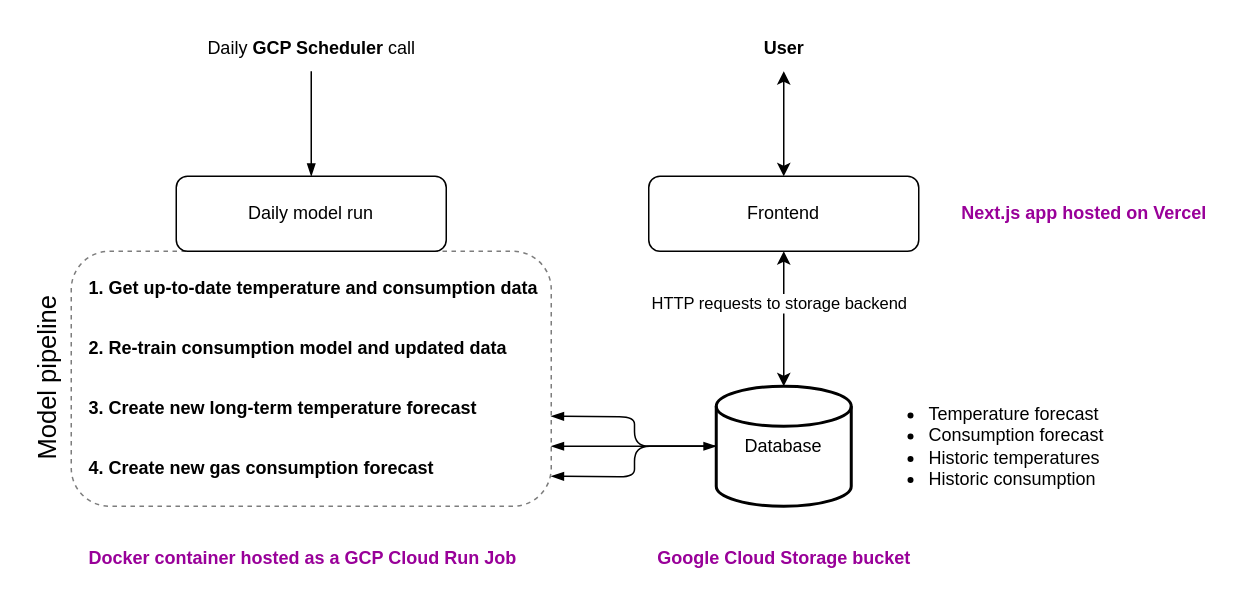
This is diagrams/backend_architecture.drawio from f-linus/natural_gas_consumption_modelling, a draw.io file, before an edit. Source tidied: cells renumbered, new cells numbered last; positions are measured from the earlier drawing's top-left corner, leaving out a move shared by most shapes. Both pictures are drawn from the tidied source at 150%, with x=0, y=0 at pixel (-50, 26).
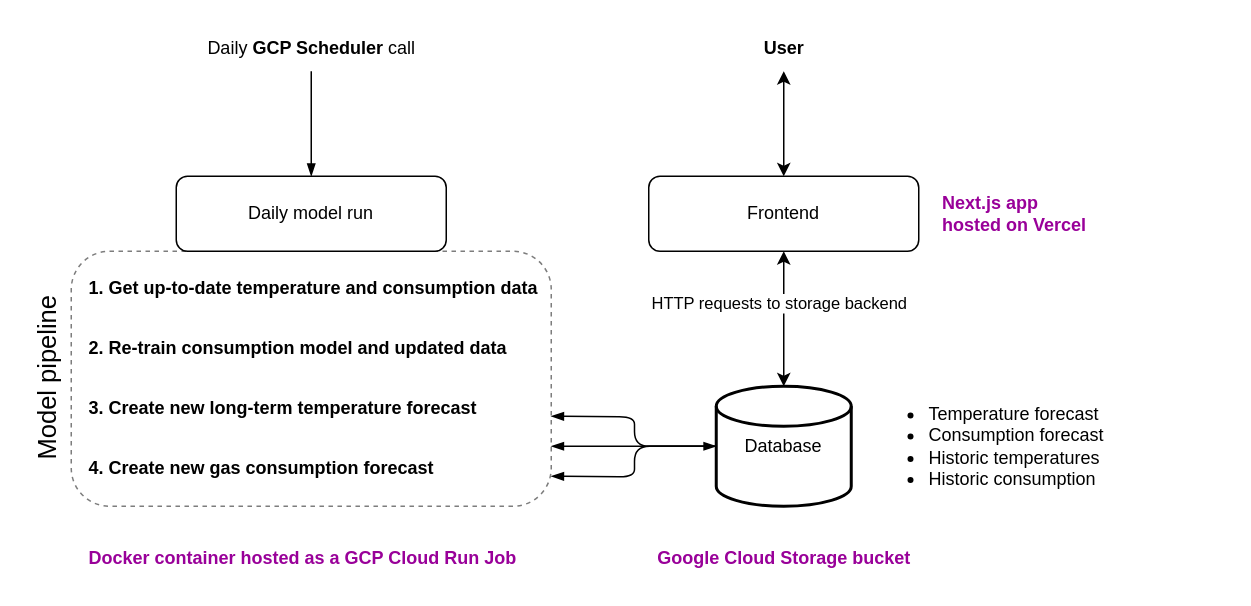
Above is the later version.

Commit message (it also covers changes not shown here):
Updated arch. diagram

The edit, as a diff of the source:
```diff
@@
-    <mxCell id="23" value="&lt;font color=&quot;#990099&quot;&gt;&lt;b&gt;Next.js app hosted on Vercel&lt;/b&gt;&lt;/font&gt;" style="text;html=1;align=center;verticalAlign=middle;strokeColor=none;fillColor=none;" parent="1" vertex="1">
-      <mxGeometry x="660" y="110" width="190" height="30" as="geometry" />
+    <mxCell id="23" value="&lt;font color=&quot;#990099&quot;&gt;&lt;b&gt;Next.js app&lt;br&gt;hosted on Vercel&lt;/b&gt;&lt;/font&gt;" style="text;html=1;align=left;verticalAlign=middle;strokeColor=none;fillColor=none;" parent="1" vertex="1">
+      <mxGeometry x="659" y="104.5" width="114" height="41" as="geometry" />
     </mxCell>
```
